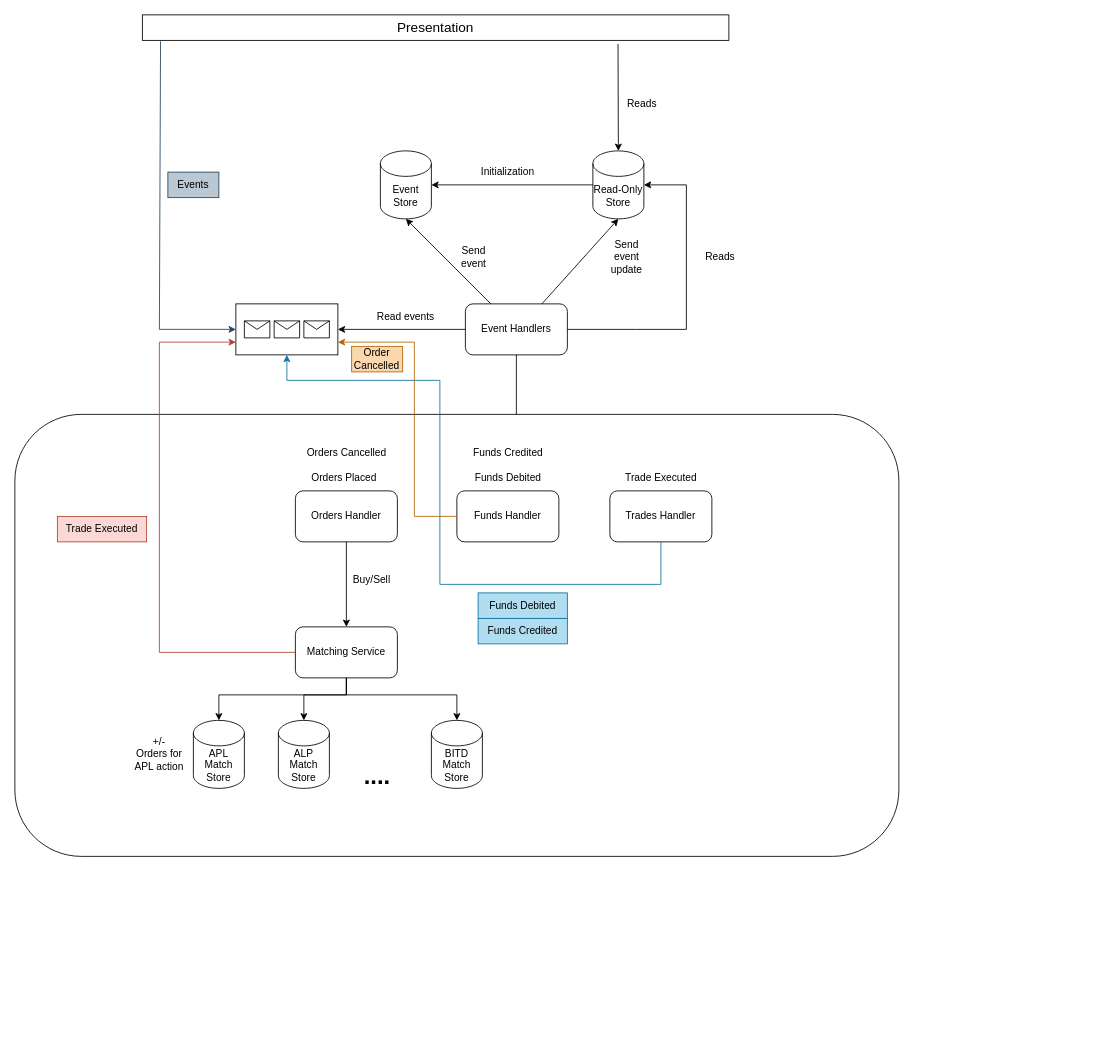
Before: docs/trading_system.drawio in Raul072103/TradingApp, a draw.io diagram. Source tidied: cells renumbered, new cells numbered last; positions are measured from the earlier drawing's top-left corner, leaving out a move shared by most shapes. Both pictures are drawn from the tidied source at 85%, with x=0, y=0 at pixel (14, 14).
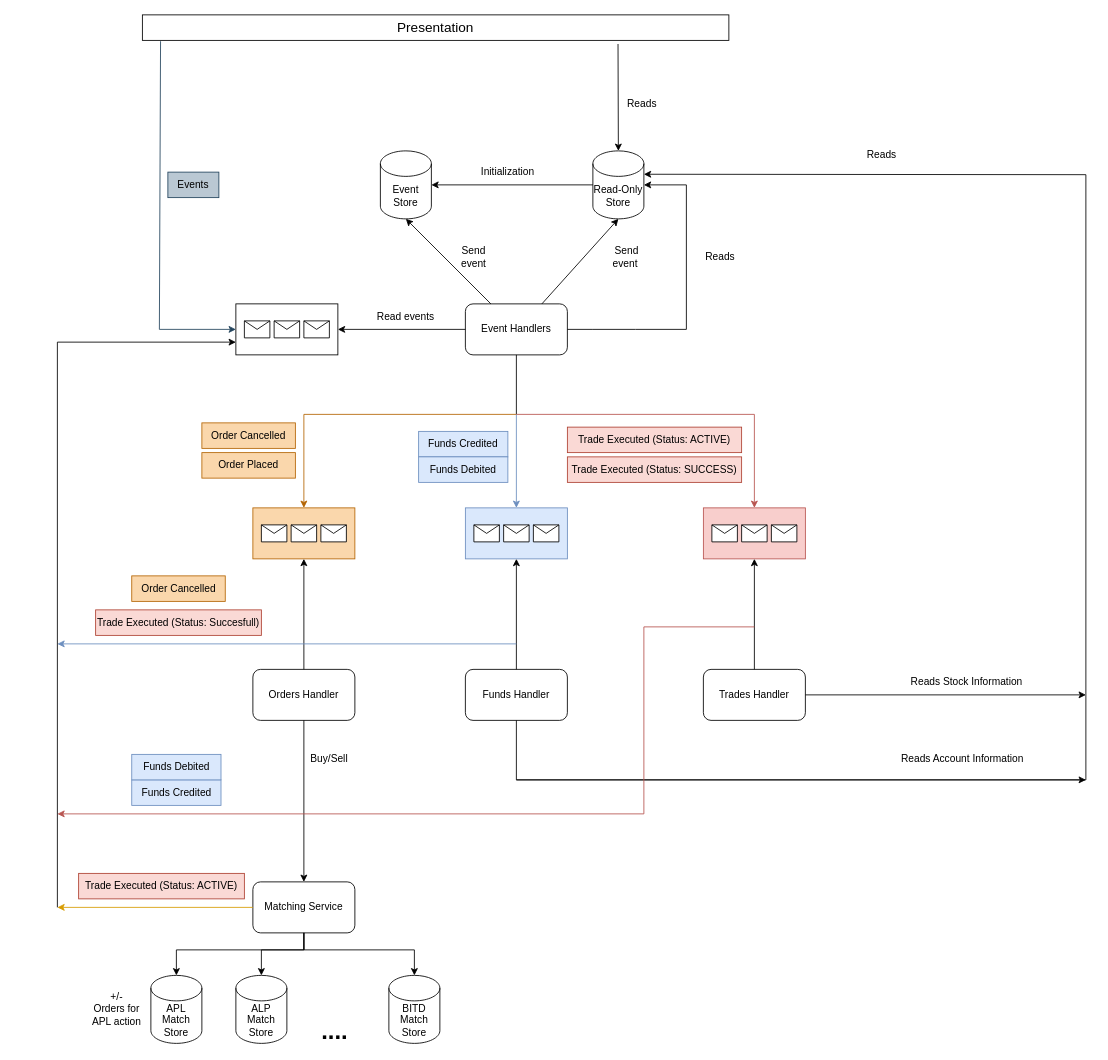
After the change.

Commit message (it also covers changes not shown here):
refactor: modify design so only successfull events are written

Unchanged cells that the change refers to:
```xml
<mxCell id="3" style="rounded=0;whiteSpace=wrap;html=1;" parent="1" vertex="1">
  <mxGeometry x="260" y="340" width="120" height="60" as="geometry" />
</mxCell>
<mxCell id="5" value="Read-Only&lt;br&gt;Store" style="shape=cylinder3;whiteSpace=wrap;html=1;boundedLbl=1;backgroundOutline=1;size=15;" parent="1" vertex="1">
  <mxGeometry x="680" y="160" width="60" height="80" as="geometry" />
</mxCell>
```

The edit, as a diff of the source:
```diff
@@
-    <mxCell id="2" style="rounded=1;whiteSpace=wrap;html=1;fillColor=none;fontStyle=0;" parent="1" vertex="1">
-      <mxGeometry y="470" width="1040" height="520" as="geometry" />
-    </mxCell>
@@
-    <mxCell id="20" value="Send&lt;br&gt;event update" style="text;html=1;strokeColor=none;fillColor=none;align=center;verticalAlign=middle;whiteSpace=wrap;rounded=0;" parent="1" vertex="1">
+    <mxCell id="20" value="Send&lt;br&gt;event&amp;nbsp;" style="text;html=1;strokeColor=none;fillColor=none;align=center;verticalAlign=middle;whiteSpace=wrap;rounded=0;" parent="1" vertex="1">
       <mxGeometry x="690" y="270" width="60" height="30" as="geometry" />
     </mxCell>
@@
     <mxCell id="22" value="Orders Handler" style="rounded=1;whiteSpace=wrap;html=1;" parent="1" vertex="1">
-      <mxGeometry x="330" y="560" width="120" height="60" as="geometry" />
+      <mxGeometry x="280" y="770" width="120" height="60" as="geometry" />
     </mxCell>
     <mxCell id="23" value="Funds Handler" style="rounded=1;whiteSpace=wrap;html=1;" parent="1" vertex="1">
-      <mxGeometry x="520" y="560" width="120" height="60" as="geometry" />
+      <mxGeometry x="530" y="770" width="120" height="60" as="geometry" />
     </mxCell>
     <mxCell id="24" value="Trades Handler" style="rounded=1;whiteSpace=wrap;html=1;" parent="1" vertex="1">
-      <mxGeometry x="700" y="560" width="120" height="60" as="geometry" />
+      <mxGeometry x="810" y="770" width="120" height="60" as="geometry" />
     </mxCell>
-    <mxCell id="25" value="Orders Placed" style="text;html=1;strokeColor=none;fillColor=none;align=center;verticalAlign=middle;whiteSpace=wrap;rounded=0;" parent="1" vertex="1">
-      <mxGeometry x="335" y="530" width="105" height="30" as="geometry" />
-    </mxCell>
-    <mxCell id="26" value="Orders Cancelled" style="text;html=1;strokeColor=none;fillColor=none;align=center;verticalAlign=middle;whiteSpace=wrap;rounded=0;" parent="1" vertex="1">
-      <mxGeometry x="337.5" y="500" width="105" height="30" as="geometry" />
-    </mxCell>
-    <mxCell id="27" value="Funds Debited" style="text;html=1;strokeColor=none;fillColor=none;align=center;verticalAlign=middle;whiteSpace=wrap;rounded=0;" parent="1" vertex="1">
-      <mxGeometry x="527.5" y="530" width="105" height="30" as="geometry" />
-    </mxCell>
-    <mxCell id="28" value="Funds Credited" style="text;html=1;strokeColor=none;fillColor=none;align=center;verticalAlign=middle;whiteSpace=wrap;rounded=0;" parent="1" vertex="1">
-      <mxGeometry x="527.5" y="500" width="105" height="30" as="geometry" />
-    </mxCell>
-    <mxCell id="29" value="Trade Executed" style="text;html=1;strokeColor=none;fillColor=none;align=center;verticalAlign=middle;whiteSpace=wrap;rounded=0;" parent="1" vertex="1">
-      <mxGeometry x="707.5" y="530" width="105" height="30" as="geometry" />
-    </mxCell>
-    <mxCell id="30" style="endArrow=classic;html=1;rounded=0;exitX=0.5;exitY=1;exitDx=0;exitDy=0;" parent="1" edge="1" source="22">
-      <mxGeometry relative="1" as="geometry">
-        <mxPoint x="390" y="720" as="targetPoint" />
-      </mxGeometry>
+    <mxCell id="30" style="endArrow=classic;html=1;rounded=0;exitX=0.5;exitY=1;exitDx=0;exitDy=0;entryX=0.5;entryY=0;entryDx=0;entryDy=0;" parent="1" edge="1" source="22" target="31">
+      <mxGeometry relative="1" as="geometry" />
     </mxCell>
     <mxCell id="31" value="Matching Service" style="rounded=1;whiteSpace=wrap;html=1;" parent="1" vertex="1">
-      <mxGeometry x="330" y="720" width="120" height="60" as="geometry" />
+      <mxGeometry x="280" y="1020" width="120" height="60" as="geometry" />
     </mxCell>
     <mxCell id="32" value="Buy/Sell" style="text;html=1;strokeColor=none;fillColor=none;align=center;verticalAlign=middle;whiteSpace=wrap;rounded=0;" parent="1" vertex="1">
-      <mxGeometry x="390" y="650" width="60" height="30" as="geometry" />
+      <mxGeometry x="340" y="860" width="60" height="30" as="geometry" />
     </mxCell>
     <mxCell id="33" value="APL Match Store" style="shape=cylinder3;whiteSpace=wrap;html=1;boundedLbl=1;backgroundOutline=1;size=15;" parent="1" vertex="1">
-      <mxGeometry x="210" y="830" width="60" height="80" as="geometry" />
+      <mxGeometry x="160" y="1130" width="60" height="80" as="geometry" />
     </mxCell>
     <mxCell id="34" value="ALP&lt;br&gt;Match Store" style="shape=cylinder3;whiteSpace=wrap;html=1;boundedLbl=1;backgroundOutline=1;size=15;" parent="1" vertex="1">
-      <mxGeometry x="310" y="830" width="60" height="80" as="geometry" />
+      <mxGeometry x="260" y="1130" width="60" height="80" as="geometry" />
     </mxCell>
     <mxCell id="35" value="...." style="text;html=1;strokeColor=none;fillColor=none;align=center;verticalAlign=middle;whiteSpace=wrap;rounded=0;strokeWidth=2;fontSize=28;fontStyle=1;" parent="1" vertex="1">
-      <mxGeometry x="390" y="880" width="72.5" height="30" as="geometry" />
+      <mxGeometry x="340" y="1180" width="72.5" height="30" as="geometry" />
     </mxCell>
     <mxCell id="36" value="BITD Match Store" style="shape=cylinder3;whiteSpace=wrap;html=1;boundedLbl=1;backgroundOutline=1;size=15;" parent="1" vertex="1">
-      <mxGeometry x="490" y="830" width="60" height="80" as="geometry" />
+      <mxGeometry x="440" y="1130" width="60" height="80" as="geometry" />
     </mxCell>
     <mxCell id="37" style="endArrow=classic;html=1;rounded=0;exitX=0.5;exitY=1;exitDx=0;exitDy=0;entryX=0.5;entryY=0;entryDx=0;entryDy=0;entryPerimeter=0;" parent="1" edge="1" source="31" target="33">
       <mxGeometry relative="1" as="geometry">
         <Array as="points">
-          <mxPoint x="390" y="800" />
-          <mxPoint x="240" y="800" />
+          <mxPoint x="340" y="1100" />
+          <mxPoint x="190" y="1100" />
         </Array>
       </mxGeometry>
     </mxCell>
     <mxCell id="38" style="endArrow=classic;html=1;rounded=0;exitX=0.5;exitY=1;exitDx=0;exitDy=0;entryX=0.5;entryY=0;entryDx=0;entryDy=0;entryPerimeter=0;" parent="1" edge="1" source="31" target="34">
       <mxGeometry relative="1" as="geometry">
         <Array as="points">
-          <mxPoint x="390" y="800" />
-          <mxPoint x="340" y="800" />
+          <mxPoint x="340" y="1100" />
+          <mxPoint x="290" y="1100" />
         </Array>
       </mxGeometry>
     </mxCell>
     <mxCell id="39" style="endArrow=classic;html=1;rounded=0;exitX=0.5;exitY=1;exitDx=0;exitDy=0;entryX=0.5;entryY=0;entryDx=0;entryDy=0;entryPerimeter=0;" parent="1" edge="1" source="31" target="36">
       <mxGeometry relative="1" as="geometry">
         <Array as="points">
-          <mxPoint x="390" y="800" />
-          <mxPoint x="520" y="800" />
+          <mxPoint x="340" y="1100" />
+          <mxPoint x="470" y="1100" />
         </Array>
       </mxGeometry>
     </mxCell>
     <mxCell id="40" value="+/-&lt;br&gt;Orders for&lt;br&gt;APL action" style="text;html=1;strokeColor=none;fillColor=none;align=center;verticalAlign=middle;whiteSpace=wrap;rounded=0;" parent="1" vertex="1">
-      <mxGeometry x="140" y="855" width="60" height="30" as="geometry" />
+      <mxGeometry x="90" y="1155" width="60" height="30" as="geometry" />
     </mxCell>
-    <mxCell id="41" style="endArrow=classic;html=1;rounded=0;exitX=0;exitY=0.5;exitDx=0;exitDy=0;entryX=0;entryY=0.75;entryDx=0;entryDy=0;fontColor=#FF9999;fillColor=#fad9d5;strokeColor=#ae4132;" parent="1" edge="1" source="31" target="3">
-      <mxGeometry relative="1" as="geometry">
-        <Array as="points">
-          <mxPoint x="170" y="750" />
-          <mxPoint x="170" y="385" />
-        </Array>
-      </mxGeometry>
-    </mxCell>
-    <mxCell id="42" value="Funds Credited" style="text;html=1;strokeColor=#10739e;fillColor=#b1ddf0;align=center;verticalAlign=middle;whiteSpace=wrap;rounded=0;" parent="1" vertex="1">
-      <mxGeometry x="545" y="710" width="105" height="30" as="geometry" />
+    <mxCell id="42" value="Funds Credited" style="text;html=1;strokeColor=#6c8ebf;fillColor=#dae8fc;align=center;verticalAlign=middle;whiteSpace=wrap;rounded=0;" parent="1" vertex="1">
+      <mxGeometry x="475" y="490" width="105" height="30" as="geometry" />
     </mxCell>
-    <mxCell id="43" value="Funds Debited" style="text;html=1;strokeColor=#10739e;fillColor=#b1ddf0;align=center;verticalAlign=middle;whiteSpace=wrap;rounded=0;" parent="1" vertex="1">
-      <mxGeometry x="545" y="680" width="105" height="30" as="geometry" />
+    <mxCell id="43" value="Funds Debited" style="text;html=1;strokeColor=#6c8ebf;fillColor=#dae8fc;align=center;verticalAlign=middle;whiteSpace=wrap;rounded=0;" parent="1" vertex="1">
+      <mxGeometry x="475" y="520" width="105" height="30" as="geometry" />
     </mxCell>
-    <mxCell id="44" value="Trade Executed" style="text;html=1;strokeColor=#ae4132;fillColor=#fad9d5;align=center;verticalAlign=middle;whiteSpace=wrap;rounded=0;" parent="1" vertex="1">
-      <mxGeometry x="50" y="590" width="105" height="30" as="geometry" />
+    <mxCell id="44" value="Trade Executed (Status: ACTIVE)" style="text;html=1;strokeColor=#ae4132;fillColor=#fad9d5;align=center;verticalAlign=middle;whiteSpace=wrap;rounded=0;" parent="1" vertex="1">
+      <mxGeometry x="650" y="485" width="205" height="30" as="geometry" />
     </mxCell>
@@
-    <mxCell id="47" style="endArrow=classic;html=1;rounded=0;exitX=0.5;exitY=1;exitDx=0;exitDy=0;entryX=0.5;entryY=1;entryDx=0;entryDy=0;fillColor=#b1ddf0;strokeColor=#10739e;" parent="1" edge="1" source="24" target="3">
-      <mxGeometry relative="1" as="geometry">
-        <Array as="points">
-          <mxPoint x="760" y="670" />
-          <mxPoint x="500" y="670" />
-          <mxPoint x="500" y="430" />
-          <mxPoint x="320" y="430" />
-        </Array>
-      </mxGeometry>
-    </mxCell>
@@
-    <mxCell id="49" style="endArrow=classic;html=1;rounded=0;exitX=0;exitY=0.5;exitDx=0;exitDy=0;entryX=1;entryY=0.75;entryDx=0;entryDy=0;fillColor=#fad7ac;strokeColor=#b46504;" parent="1" edge="1" source="23" target="3">
-      <mxGeometry relative="1" as="geometry">
-        <Array as="points">
-          <mxPoint x="470" y="590" />
-          <mxPoint x="470" y="385" />
-        </Array>
-      </mxGeometry>
-    </mxCell>
-    <mxCell id="50" value="Order Cancelled" style="text;html=1;strokeColor=#b46504;fillColor=#fad7ac;align=center;verticalAlign=middle;whiteSpace=wrap;rounded=0;" parent="1" vertex="1">
-      <mxGeometry x="396.2" y="390" width="60" height="30" as="geometry" />
-    </mxCell>
@@
+    <mxCell id="52" style="rounded=0;whiteSpace=wrap;html=1;fillColor=#fad7ac;strokeColor=#b46504;" parent="1" vertex="1">
+      <mxGeometry x="280" y="580" width="120" height="60" as="geometry" />
+    </mxCell>
+    <mxCell id="53" style="shape=message;html=1;html=1;labelPosition=center;verticalLabelPosition=bottom;align=center;verticalAlign=top;" parent="1" vertex="1">
+      <mxGeometry x="290" y="600" width="30" height="20" as="geometry" />
+    </mxCell>
+    <mxCell id="54" style="shape=message;html=1;html=1;labelPosition=center;verticalLabelPosition=bottom;align=center;verticalAlign=top;" parent="1" vertex="1">
+      <mxGeometry x="325" y="600" width="30" height="20" as="geometry" />
+    </mxCell>
+    <mxCell id="55" style="shape=message;html=1;html=1;labelPosition=center;verticalLabelPosition=bottom;align=center;verticalAlign=top;" parent="1" vertex="1">
+      <mxGeometry x="360" y="600" width="30" height="20" as="geometry" />
+    </mxCell>
+    <mxCell id="56" style="rounded=0;whiteSpace=wrap;html=1;fillColor=#dae8fc;strokeColor=#6c8ebf;" parent="1" vertex="1">
+      <mxGeometry x="530" y="580" width="120" height="60" as="geometry" />
+    </mxCell>
+    <mxCell id="57" style="shape=message;html=1;html=1;labelPosition=center;verticalLabelPosition=bottom;align=center;verticalAlign=top;" parent="1" vertex="1">
+      <mxGeometry x="540" y="600" width="30" height="20" as="geometry" />
+    </mxCell>
+    <mxCell id="58" style="shape=message;html=1;html=1;labelPosition=center;verticalLabelPosition=bottom;align=center;verticalAlign=top;" parent="1" vertex="1">
+      <mxGeometry x="575" y="600" width="30" height="20" as="geometry" />
+    </mxCell>
+    <mxCell id="59" style="shape=message;html=1;html=1;labelPosition=center;verticalLabelPosition=bottom;align=center;verticalAlign=top;" parent="1" vertex="1">
+      <mxGeometry x="610" y="600" width="30" height="20" as="geometry" />
+    </mxCell>
+    <mxCell id="60" style="rounded=0;whiteSpace=wrap;html=1;fillColor=#f8cecc;strokeColor=#b85450;" parent="1" vertex="1">
+      <mxGeometry x="810" y="580" width="120" height="60" as="geometry" />
+    </mxCell>
+    <mxCell id="61" style="shape=message;html=1;html=1;labelPosition=center;verticalLabelPosition=bottom;align=center;verticalAlign=top;" parent="1" vertex="1">
+      <mxGeometry x="820" y="600" width="30" height="20" as="geometry" />
+    </mxCell>
+    <mxCell id="62" style="shape=message;html=1;html=1;labelPosition=center;verticalLabelPosition=bottom;align=center;verticalAlign=top;" parent="1" vertex="1">
+      <mxGeometry x="855" y="600" width="30" height="20" as="geometry" />
+    </mxCell>
+    <mxCell id="63" style="shape=message;html=1;html=1;labelPosition=center;verticalLabelPosition=bottom;align=center;verticalAlign=top;" parent="1" vertex="1">
+      <mxGeometry x="890" y="600" width="30" height="20" as="geometry" />
+    </mxCell>
+    <mxCell id="64" style="endArrow=classic;html=1;rounded=0;entryX=0.5;entryY=0;entryDx=0;entryDy=0;fillColor=#fad7ac;strokeColor=#b46504;" parent="1" edge="1" target="52">
+      <mxGeometry relative="1" as="geometry">
+        <mxPoint x="590" y="470" as="sourcePoint" />
+        <Array as="points">
+          <mxPoint x="340" y="470" />
+        </Array>
+      </mxGeometry>
+    </mxCell>
+    <mxCell id="65" value="Order Cancelled" style="text;html=1;strokeColor=#b46504;fillColor=#fad7ac;align=center;verticalAlign=middle;whiteSpace=wrap;rounded=0;" parent="1" vertex="1">
+      <mxGeometry x="220" y="480" width="110" height="30" as="geometry" />
+    </mxCell>
+    <mxCell id="66" value="Order Placed" style="text;html=1;strokeColor=#b46504;fillColor=#fad7ac;align=center;verticalAlign=middle;whiteSpace=wrap;rounded=0;" parent="1" vertex="1">
+      <mxGeometry x="220" y="515" width="110" height="30" as="geometry" />
+    </mxCell>
+    <mxCell id="67" style="endArrow=classic;html=1;rounded=0;entryX=0.5;entryY=1;entryDx=0;entryDy=0;exitX=0.5;exitY=0;exitDx=0;exitDy=0;" parent="1" edge="1" source="22" target="52">
+      <mxGeometry relative="1" as="geometry" />
+    </mxCell>
+    <mxCell id="68" style="endArrow=classic;html=1;rounded=0;entryX=0.5;entryY=0;entryDx=0;entryDy=0;fillColor=#dae8fc;strokeColor=#6c8ebf;" parent="1" edge="1" target="56">
+      <mxGeometry relative="1" as="geometry">
+        <mxPoint x="590" y="470" as="sourcePoint" />
+      </mxGeometry>
+    </mxCell>
+    <mxCell id="69" style="endArrow=classic;html=1;rounded=0;entryX=0.5;entryY=0;entryDx=0;entryDy=0;fillColor=#f8cecc;strokeColor=#b85450;" parent="1" edge="1" target="60">
+      <mxGeometry relative="1" as="geometry">
+        <mxPoint x="590" y="470" as="sourcePoint" />
+        <Array as="points">
+          <mxPoint x="870" y="470" />
+        </Array>
+      </mxGeometry>
+    </mxCell>
+    <mxCell id="70" style="endArrow=classic;html=1;rounded=0;exitX=0.5;exitY=0;exitDx=0;exitDy=0;entryX=0.5;entryY=1;entryDx=0;entryDy=0;" parent="1" edge="1" source="23" target="56">
+      <mxGeometry relative="1" as="geometry" />
+    </mxCell>
+    <mxCell id="71" style="endArrow=classic;html=1;rounded=0;exitX=0.5;exitY=0;exitDx=0;exitDy=0;entryX=0.5;entryY=1;entryDx=0;entryDy=0;" parent="1" edge="1" source="24" target="60">
+      <mxGeometry relative="1" as="geometry" />
+    </mxCell>
+    <mxCell id="72" style="endArrow=classic;html=1;rounded=0;exitX=0.5;exitY=1;exitDx=0;exitDy=0;entryX=1;entryY=0;entryDx=0;entryDy=27.5;entryPerimeter=0;" parent="1" edge="1" source="23" target="5">
+      <mxGeometry relative="1" as="geometry">
+        <Array as="points">
+          <mxPoint x="590" y="900" />
+          <mxPoint x="1260" y="900" />
+          <mxPoint x="1260" y="188" />
+        </Array>
+      </mxGeometry>
+    </mxCell>
+    <mxCell id="73" value="Reads" style="text;html=1;strokeColor=none;fillColor=none;align=center;verticalAlign=middle;whiteSpace=wrap;rounded=0;" parent="1" vertex="1">
+      <mxGeometry x="950" y="150" width="140" height="30" as="geometry" />
+    </mxCell>
+    <mxCell id="74" style="endArrow=classic;html=1;rounded=0;exitX=1;exitY=0.5;exitDx=0;exitDy=0;" parent="1" edge="1" source="24">
+      <mxGeometry relative="1" as="geometry">
+        <mxPoint x="1260" y="800" as="targetPoint" />
+      </mxGeometry>
+    </mxCell>
+    <mxCell id="75" value="Reads Stock Information" style="text;html=1;strokeColor=none;fillColor=none;align=center;verticalAlign=middle;whiteSpace=wrap;rounded=0;" parent="1" vertex="1">
+      <mxGeometry x="1040" y="770" width="160" height="30" as="geometry" />
+    </mxCell>
+    <mxCell id="76" value="Reads Account Information" style="text;html=1;strokeColor=none;fillColor=none;align=center;verticalAlign=middle;whiteSpace=wrap;rounded=0;" parent="1" vertex="1">
+      <mxGeometry x="1040" y="860" width="150" height="30" as="geometry" />
+    </mxCell>
+    <mxCell id="77" style="endArrow=classic;html=1;rounded=0;" parent="1" edge="1">
+      <mxGeometry relative="1" as="geometry">
+        <mxPoint x="590" y="900" as="sourcePoint" />
+        <mxPoint x="1260" y="900" as="targetPoint" />
+      </mxGeometry>
+    </mxCell>
+    <mxCell id="78" value="Trade Executed (Status: SUCCESS)" style="text;html=1;strokeColor=#ae4132;fillColor=#fad9d5;align=center;verticalAlign=middle;whiteSpace=wrap;rounded=0;" parent="1" vertex="1">
+      <mxGeometry x="650" y="520" width="205" height="30" as="geometry" />
+    </mxCell>
+    <mxCell id="79" style="endArrow=classic;html=1;rounded=0;entryX=0;entryY=0.75;entryDx=0;entryDy=0;" parent="1" edge="1" target="3">
+      <mxGeometry relative="1" as="geometry">
+        <mxPoint x="50" y="1050" as="sourcePoint" />
+        <Array as="points">
+          <mxPoint x="50" y="385" />
+        </Array>
+      </mxGeometry>
+    </mxCell>
+    <mxCell id="80" style="endArrow=classic;html=1;rounded=0;fillColor=#dae8fc;strokeColor=#6c8ebf;" parent="1" edge="1">
+      <mxGeometry relative="1" as="geometry">
+        <mxPoint x="590" y="740" as="sourcePoint" />
+        <mxPoint x="50" y="740" as="targetPoint" />
+      </mxGeometry>
+    </mxCell>
+    <mxCell id="81" value="Trade Executed (Status: Succesfull)" style="text;html=1;strokeColor=#ae4132;fillColor=#fad9d5;align=center;verticalAlign=middle;whiteSpace=wrap;rounded=0;" parent="1" vertex="1">
+      <mxGeometry x="95" y="700" width="195" height="30" as="geometry" />
+    </mxCell>
+    <mxCell id="82" value="Order Cancelled" style="text;html=1;strokeColor=#b46504;fillColor=#fad7ac;align=center;verticalAlign=middle;whiteSpace=wrap;rounded=0;" parent="1" vertex="1">
+      <mxGeometry x="137.5" y="660" width="110" height="30" as="geometry" />
+    </mxCell>
+    <mxCell id="83" style="endArrow=classic;html=1;rounded=0;fillColor=#f8cecc;strokeColor=#b85450;" parent="1" edge="1">
+      <mxGeometry relative="1" as="geometry">
+        <mxPoint x="870" y="720" as="sourcePoint" />
+        <mxPoint x="50" y="940" as="targetPoint" />
+        <Array as="points">
+          <mxPoint x="740" y="720" />
+          <mxPoint x="740" y="940" />
+        </Array>
+      </mxGeometry>
+    </mxCell>
+    <mxCell id="28" value="Funds Credited" style="text;html=1;strokeColor=#6c8ebf;fillColor=#dae8fc;align=center;verticalAlign=middle;whiteSpace=wrap;rounded=0;" parent="1" vertex="1">
+      <mxGeometry x="137.5" y="900" width="105" height="30" as="geometry" />
+    </mxCell>
+    <mxCell id="27" value="Funds Debited" style="text;html=1;strokeColor=#6c8ebf;fillColor=#dae8fc;align=center;verticalAlign=middle;whiteSpace=wrap;rounded=0;" parent="1" vertex="1">
+      <mxGeometry x="137.5" y="870" width="105" height="30" as="geometry" />
+    </mxCell>
+    <mxCell id="84" style="endArrow=classic;html=1;rounded=0;exitX=0;exitY=0.5;exitDx=0;exitDy=0;fillColor=#ffe6cc;strokeColor=#d79b00;" parent="1" edge="1" source="31">
+      <mxGeometry relative="1" as="geometry">
+        <mxPoint x="50" y="1050" as="targetPoint" />
+      </mxGeometry>
+    </mxCell>
+    <mxCell id="85" value="Trade Executed (Status: ACTIVE)" style="text;html=1;strokeColor=#ae4132;fillColor=#fad9d5;align=center;verticalAlign=middle;whiteSpace=wrap;rounded=0;" parent="1" vertex="1">
+      <mxGeometry x="75" y="1010" width="195" height="30" as="geometry" />
+    </mxCell>
```
